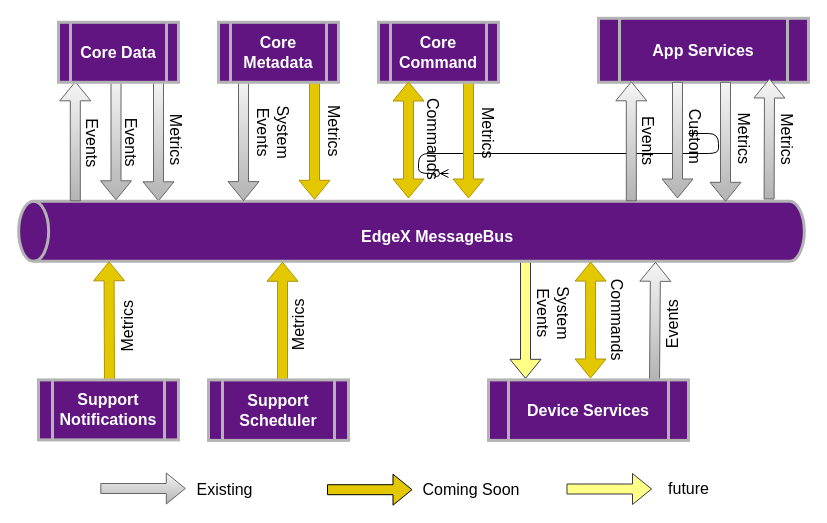
Above: docs_src/microservices/general/messagebus diagram.drawio in edgexfoundry/edgex-docs (draw.io), before the change. Source tidied: cells renumbered, new cells numbered last; positions are measured from the earlier drawing's top-left corner, leaving out a move shared by most shapes. Both pictures are drawn from the tidied source at 100%, with x=0, y=0 at pixel (38, -162).
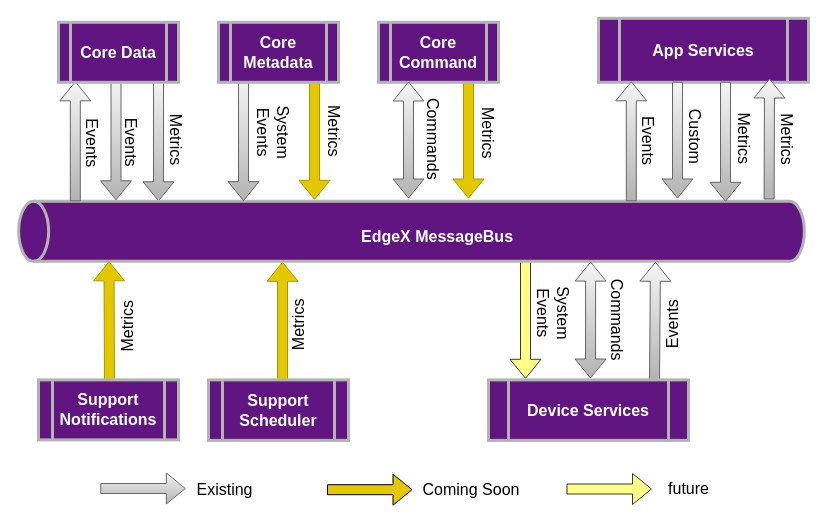
The same diagram, later.

Commit message (it also covers changes not shown here):
feat: Document NATS MessageBus Option

Unchanged cells that the change refers to:
```xml
<mxCell id="12" style="shape=cylinder3;whiteSpace=wrap;html=1;boundedLbl=1;backgroundOutline=1;size=15;rotation=-90;fillColor=#601580;strokeWidth=3;strokeColor=#B3B3B3;" parent="1" vertex="1">
  <mxGeometry x="343" width="60" height="785.7" as="geometry" />
</mxCell>
<mxCell id="39" style="group;" parent="1" vertex="1">
  <mxGeometry x="370" y="243" width="37" height="117" as="geometry" />
</mxCell>
```

What changed in the source:
```diff
@@
-    <mxCell id="9" style="edgeStyle=entityRelationEdgeStyle;endArrow=ERzeroToMany;startArrow=ERone;endFill=1;startFill=0;" parent="1" edge="1">
-      <mxGeometry relative="1" as="geometry">
-        <mxPoint x="650" y="295" as="sourcePoint" />
-        <mxPoint x="410" y="335" as="targetPoint" />
-      </mxGeometry>
-    </mxCell>
@@
-    <mxCell id="40" style="shape=flexArrow;endArrow=classic;html=1;rounded=0;fontSize=16;entryX=1.008;entryY=0.523;entryDx=0;entryDy=0;entryPerimeter=0;startArrow=block;fillColor=#e3c800;strokeColor=#B09500;" parent="39" edge="1">
+    <mxCell id="40" style="shape=flexArrow;endArrow=classic;html=1;rounded=0;fontSize=16;entryX=1.008;entryY=0.523;entryDx=0;entryDy=0;entryPerimeter=0;startArrow=block;fillColor=#f5f5f5;strokeColor=#666666;gradientColor=#b3b3b3;" parent="39" edge="1">
       <mxGeometry relative="1" as="geometry">
         <mxPoint as="sourcePoint" />
         <mxPoint y="117" as="targetPoint" />
       </mxGeometry>
     </mxCell>
@@
-    <mxCell id="64" style="shape=flexArrow;endArrow=classic;html=1;rounded=0;fontSize=16;startArrow=block;fillColor=#e3c800;strokeColor=#B09500;exitX=-0.004;exitY=0.728;exitDx=0;exitDy=0;exitPerimeter=0;" parent="1" edge="1" source="12">
+    <mxCell id="64" style="shape=flexArrow;endArrow=classic;html=1;rounded=0;fontSize=16;startArrow=block;fillColor=#f5f5f5;strokeColor=#666666;exitX=-0.004;exitY=0.728;exitDx=0;exitDy=0;exitPerimeter=0;gradientColor=#b3b3b3;" parent="1" edge="1" source="12">
       <mxGeometry relative="1" as="geometry">
         <mxPoint x="552" y="540" as="targetPoint" />
       </mxGeometry>
     </mxCell>
```
